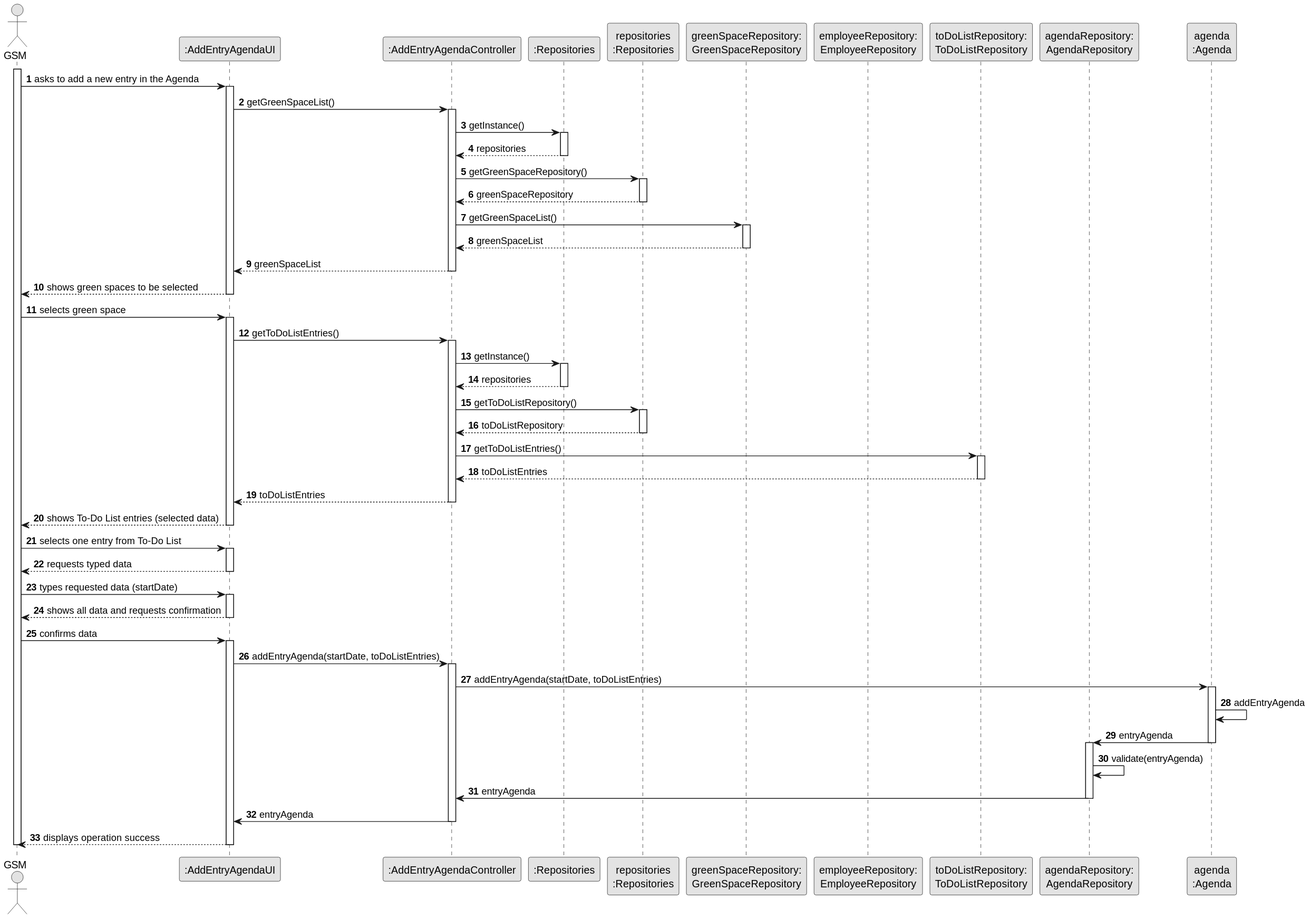
Above: docs/sprintC/US022/03.design/svg/us22-sequence-diagram-full.svg in LopemigueISEP/lei-24-s2-1nb-g312 (PlantUML), before the change. The source it was exported from:
```plantuml
@startuml
skinparam monochrome true
skinparam packageStyle rectangle
skinparam shadowing false

autonumber

actor "GSM" as ADM
participant ":AddEntryAgendaUI" as UI
participant ":AddEntryAgendaController" as CTRL
participant ":Repositories" as RepositorySingleton
participant "repositories\n:Repositories" as PLAT
participant "greenSpaceRepository:\nGreenSpaceRepository" as GreenSpaceRepository
participant "employeeRepository:\nEmployeeRepository" as EmployeeRepository
participant "toDoListRepository:\nToDoListRepository" as ToDoListRepository
participant "agendaRepository:\nAgendaRepository" as AgendaRepository
participant "agenda\n:Agenda" as TAREFA

activate ADM

        ADM -> UI :  asks to add a new entry in the Agenda

        activate UI

            UI -> CTRL : getGreenSpaceList()
            activate CTRL

                CTRL -> RepositorySingleton : getInstance()
                activate RepositorySingleton

                    RepositorySingleton --> CTRL: repositories
                deactivate RepositorySingleton

                CTRL -> PLAT : getGreenSpaceRepository()
                activate PLAT

                    PLAT --> CTRL: greenSpaceRepository
                deactivate PLAT

                CTRL -> GreenSpaceRepository : getGreenSpaceList()
                activate GreenSpaceRepository

                    GreenSpaceRepository --> CTRL : greenSpaceList
                deactivate GreenSpaceRepository

                CTRL --> UI : greenSpaceList
            deactivate CTRL

            UI --> ADM : shows green spaces to be selected
        deactivate UI

    ADM -> UI : selects green space
    activate UI

UI -> CTRL : getToDoListEntries()
            activate CTRL

                CTRL -> RepositorySingleton : getInstance()
                activate RepositorySingleton

                    RepositorySingleton --> CTRL: repositories
                deactivate RepositorySingleton

                CTRL -> PLAT : getToDoListRepository()
                activate PLAT

                    PLAT --> CTRL: toDoListRepository
                deactivate PLAT

                CTRL -> ToDoListRepository : getToDoListEntries()
                activate ToDoListRepository

                    ToDoListRepository --> CTRL : toDoListEntries
                deactivate ToDoListRepository

                CTRL --> UI : toDoListEntries
            deactivate CTRL

            UI --> ADM : shows To-Do List entries (selected data)
        deactivate UI

    ADM -> UI : selects one entry from To-Do List
    activate UI

        UI --> ADM : requests typed data
    deactivate UI

    ADM -> UI : types requested data (startDate)
    activate UI

        UI --> ADM : shows all data and requests confirmation
    deactivate UI

    ADM -> UI : confirms data
    activate UI

        UI -> CTRL : addEntryAgenda(startDate, toDoListEntries)
        activate CTRL


            CTRL -> TAREFA: addEntryAgenda(startDate, toDoListEntries)
            activate TAREFA


                TAREFA -> TAREFA : addEntryAgenda

                TAREFA -> AgendaRepository : entryAgenda
                deactivate TAREFA
                activate AgendaRepository
                AgendaRepository -> AgendaRepository : validate(entryAgenda)
                AgendaRepository -> CTRL : entryAgenda
                deactivate AgendaRepository
                CTRL -> UI : entryAgenda
                deactivate CTRL
            UI --> ADM: displays operation success
    deactivate UI

deactivate ADM
@enduml
```
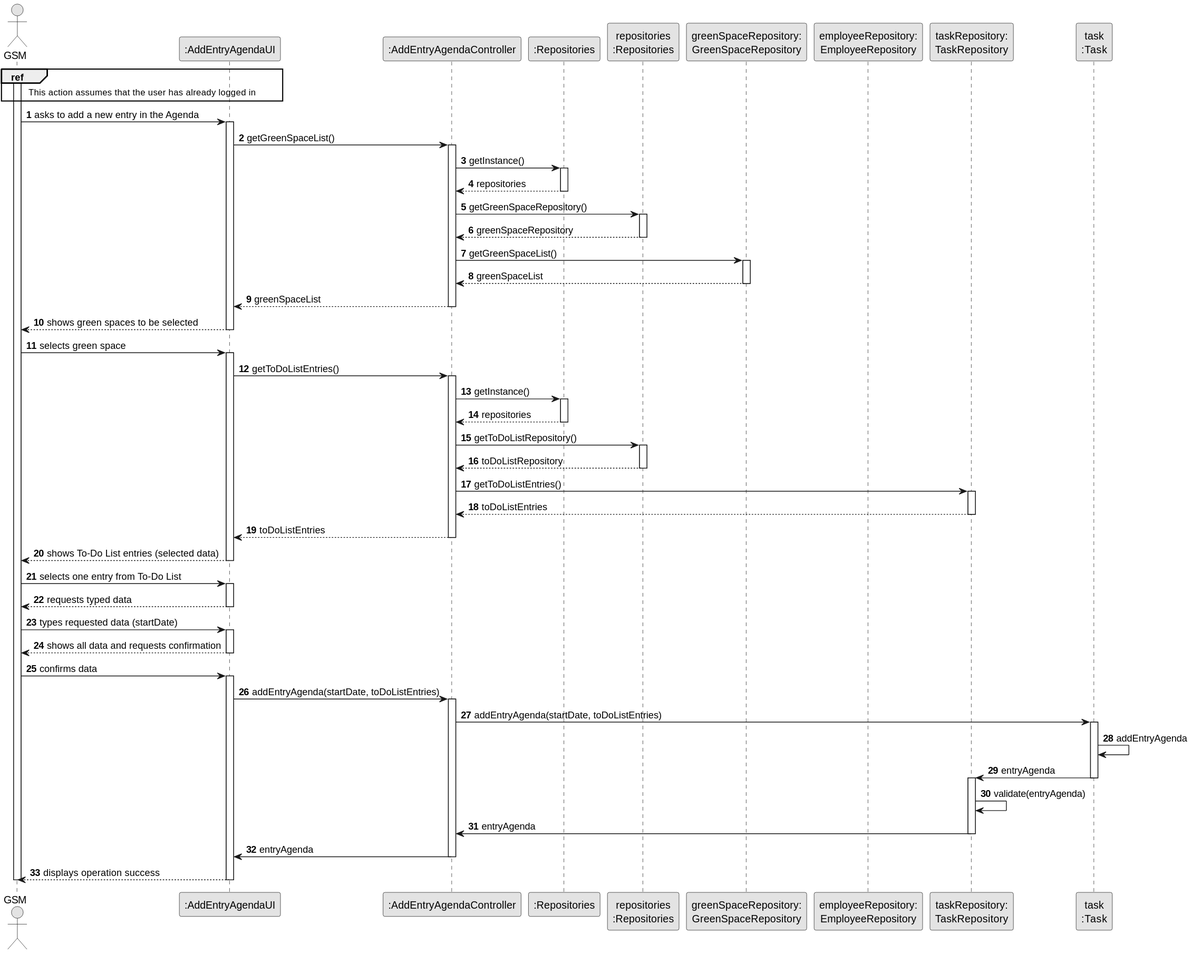
After the change.

Diff of the diagram source:
```diff
@@ -12,11 +12,11 @@
 participant "repositories\n:Repositories" as PLAT
 participant "greenSpaceRepository:\nGreenSpaceRepository" as GreenSpaceRepository
 participant "employeeRepository:\nEmployeeRepository" as EmployeeRepository
-participant "toDoListRepository:\nToDoListRepository" as ToDoListRepository
-participant "agendaRepository:\nAgendaRepository" as AgendaRepository
-participant "agenda\n:Agenda" as TAREFA
+participant "taskRepository:\nTaskRepository" as TaskRepository
+participant "task\n:Task" as TAREFA
 
 activate ADM
+ref over ADM, UI : This action assumes that the user has already logged in
 
         ADM -> UI :  asks to add a new entry in the Agenda
 
@@ -67,11 +67,11 @@
                     PLAT --> CTRL: toDoListRepository
                 deactivate PLAT
 
-                CTRL -> ToDoListRepository : getToDoListEntries()
-                activate ToDoListRepository
+                CTRL -> TaskRepository : getToDoListEntries()
+                activate TaskRepository
 
-                    ToDoListRepository --> CTRL : toDoListEntries
-                deactivate ToDoListRepository
+                    TaskRepository --> CTRL : toDoListEntries
+                deactivate TaskRepository
 
                 CTRL --> UI : toDoListEntries
             deactivate CTRL
@@ -104,12 +104,12 @@
 
                 TAREFA -> TAREFA : addEntryAgenda
 
-                TAREFA -> AgendaRepository : entryAgenda
+                TAREFA -> TaskRepository : entryAgenda
                 deactivate TAREFA
-                activate AgendaRepository
-                AgendaRepository -> AgendaRepository : validate(entryAgenda)
-                AgendaRepository -> CTRL : entryAgenda
-                deactivate AgendaRepository
+                activate TaskRepository
+                TaskRepository -> TaskRepository : validate(entryAgenda)
+                TaskRepository -> CTRL : entryAgenda
+                deactivate TaskRepository
                 CTRL -> UI : entryAgenda
                 deactivate CTRL
             UI --> ADM: displays operation success
```
